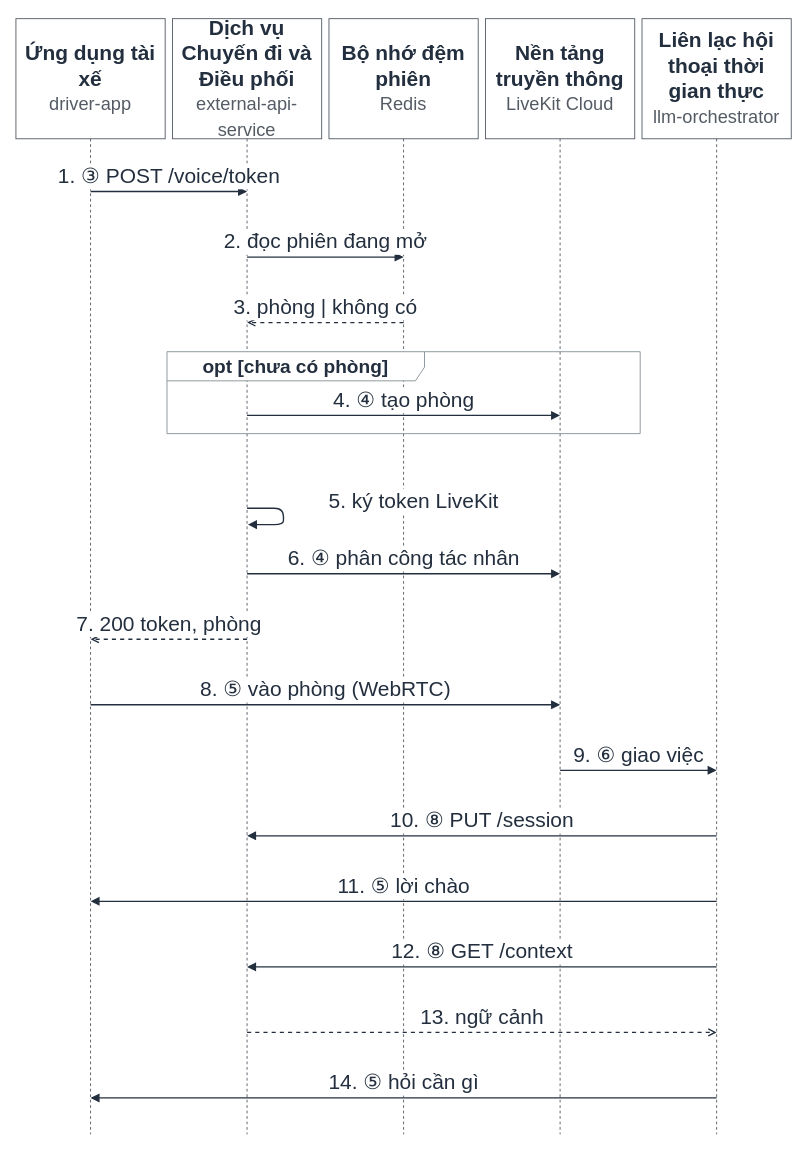
nexgenspeak-max/AI-Powered-Driver-Assistant keeps this draw.io diagram as page "S2 Khởi tạo phiên" (2 of 7) of docs/diagrams/H4_sequences.drawio. Above is the earlier version. Source tidied: cells renumbered, new cells numbered last; positions are measured from the earlier drawing's top-left corner, leaving out a move shared by most shapes. Both pictures are drawn from the tidied source at 91%, with x=0, y=0 at pixel (15, 18).
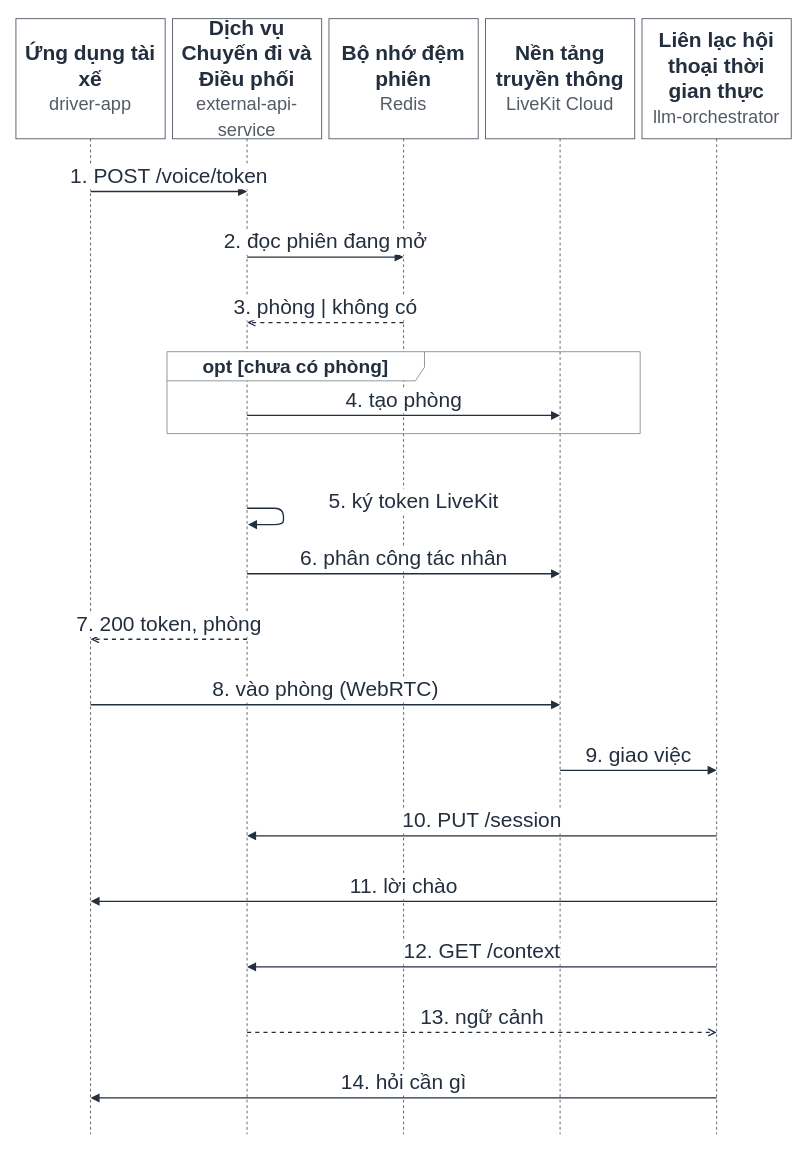
The same page after the edit.

Diff of the diagram source:
```diff
@@
-    <mxCell id="7" value="1. ③ POST /voice/token" style="html=1;verticalAlign=bottom;endArrow=block;endFill=1;strokeColor=#232F3E;strokeWidth=1.5;fontSize=23;fontColor=#232F3E;labelBackgroundColor=#FFFFFF;fontFamily=Helvetica;" parent="1" edge="1">
+    <mxCell id="7" value="1. POST /voice/token" style="html=1;verticalAlign=bottom;endArrow=block;endFill=1;strokeColor=#232F3E;strokeWidth=1.5;fontSize=23;fontColor=#232F3E;labelBackgroundColor=#FFFFFF;fontFamily=Helvetica;" parent="1" edge="1">
       <mxGeometry relative="1" as="geometry">
         <mxPoint x="82" y="190" as="sourcePoint" />
         <mxPoint x="254" y="190" as="targetPoint" />
       </mxGeometry>
     </mxCell>
@@
-    <mxCell id="10" value="4. ④ tạo phòng" style="html=1;verticalAlign=bottom;endArrow=block;endFill=1;strokeColor=#232F3E;strokeWidth=1.5;fontSize=23;fontColor=#232F3E;labelBackgroundColor=#FFFFFF;fontFamily=Helvetica;" parent="1" edge="1">
+    <mxCell id="10" value="4. tạo phòng" style="html=1;verticalAlign=bottom;endArrow=block;endFill=1;strokeColor=#232F3E;strokeWidth=1.5;fontSize=23;fontColor=#232F3E;labelBackgroundColor=#FFFFFF;fontFamily=Helvetica;" parent="1" edge="1">
       <mxGeometry relative="1" as="geometry">
         <mxPoint x="254" y="436" as="sourcePoint" />
         <mxPoint x="598" y="436" as="targetPoint" />
       </mxGeometry>
     </mxCell>
@@
-    <mxCell id="12" value="6. ④ phân công tác nhân" style="html=1;verticalAlign=bottom;endArrow=block;endFill=1;strokeColor=#232F3E;strokeWidth=1.5;fontSize=23;fontColor=#232F3E;labelBackgroundColor=#FFFFFF;fontFamily=Helvetica;" parent="1" edge="1">
+    <mxCell id="12" value="6. phân công tác nhân" style="html=1;verticalAlign=bottom;endArrow=block;endFill=1;strokeColor=#232F3E;strokeWidth=1.5;fontSize=23;fontColor=#232F3E;labelBackgroundColor=#FFFFFF;fontFamily=Helvetica;" parent="1" edge="1">
       <mxGeometry relative="1" as="geometry">
         <mxPoint x="254" y="610" as="sourcePoint" />
         <mxPoint x="598" y="610" as="targetPoint" />
       </mxGeometry>
     </mxCell>
@@
-    <mxCell id="14" value="8. ⑤ vào phòng (WebRTC)" style="html=1;verticalAlign=bottom;endArrow=block;endFill=1;strokeColor=#232F3E;strokeWidth=1.5;fontSize=23;fontColor=#232F3E;labelBackgroundColor=#FFFFFF;fontFamily=Helvetica;" parent="1" edge="1">
+    <mxCell id="14" value="8. vào phòng (WebRTC)" style="html=1;verticalAlign=bottom;endArrow=block;endFill=1;strokeColor=#232F3E;strokeWidth=1.5;fontSize=23;fontColor=#232F3E;labelBackgroundColor=#FFFFFF;fontFamily=Helvetica;" parent="1" edge="1">
       <mxGeometry relative="1" as="geometry">
         <mxPoint x="82" y="754" as="sourcePoint" />
         <mxPoint x="598" y="754" as="targetPoint" />
       </mxGeometry>
     </mxCell>
-    <mxCell id="15" value="9. ⑥ giao việc" style="html=1;verticalAlign=bottom;endArrow=block;endFill=1;strokeColor=#232F3E;strokeWidth=1.5;fontSize=23;fontColor=#232F3E;labelBackgroundColor=#FFFFFF;fontFamily=Helvetica;" parent="1" edge="1">
+    <mxCell id="15" value="9. giao việc" style="html=1;verticalAlign=bottom;endArrow=block;endFill=1;strokeColor=#232F3E;strokeWidth=1.5;fontSize=23;fontColor=#232F3E;labelBackgroundColor=#FFFFFF;fontFamily=Helvetica;" parent="1" edge="1">
       <mxGeometry relative="1" as="geometry">
         <mxPoint x="598" y="826" as="sourcePoint" />
         <mxPoint x="770" y="826" as="targetPoint" />
       </mxGeometry>
     </mxCell>
-    <mxCell id="16" value="10. ⑧ PUT /session" style="html=1;verticalAlign=bottom;endArrow=block;endFill=1;strokeColor=#232F3E;strokeWidth=1.5;fontSize=23;fontColor=#232F3E;labelBackgroundColor=#FFFFFF;fontFamily=Helvetica;" parent="1" edge="1">
+    <mxCell id="16" value="10. PUT /session" style="html=1;verticalAlign=bottom;endArrow=block;endFill=1;strokeColor=#232F3E;strokeWidth=1.5;fontSize=23;fontColor=#232F3E;labelBackgroundColor=#FFFFFF;fontFamily=Helvetica;" parent="1" edge="1">
       <mxGeometry relative="1" as="geometry">
         <mxPoint x="770" y="898" as="sourcePoint" />
         <mxPoint x="254" y="898" as="targetPoint" />
       </mxGeometry>
     </mxCell>
-    <mxCell id="17" value="11. ⑤ lời chào" style="html=1;verticalAlign=bottom;endArrow=block;endFill=1;strokeColor=#232F3E;strokeWidth=1.5;fontSize=23;fontColor=#232F3E;labelBackgroundColor=#FFFFFF;fontFamily=Helvetica;" parent="1" edge="1">
+    <mxCell id="17" value="11. lời chào" style="html=1;verticalAlign=bottom;endArrow=block;endFill=1;strokeColor=#232F3E;strokeWidth=1.5;fontSize=23;fontColor=#232F3E;labelBackgroundColor=#FFFFFF;fontFamily=Helvetica;" parent="1" edge="1">
       <mxGeometry relative="1" as="geometry">
         <mxPoint x="770" y="970" as="sourcePoint" />
         <mxPoint x="82" y="970" as="targetPoint" />
       </mxGeometry>
     </mxCell>
-    <mxCell id="18" value="12. ⑧ GET /context" style="html=1;verticalAlign=bottom;endArrow=block;endFill=1;strokeColor=#232F3E;strokeWidth=1.5;fontSize=23;fontColor=#232F3E;labelBackgroundColor=#FFFFFF;fontFamily=Helvetica;" parent="1" edge="1">
+    <mxCell id="18" value="12. GET /context" style="html=1;verticalAlign=bottom;endArrow=block;endFill=1;strokeColor=#232F3E;strokeWidth=1.5;fontSize=23;fontColor=#232F3E;labelBackgroundColor=#FFFFFF;fontFamily=Helvetica;" parent="1" edge="1">
       <mxGeometry relative="1" as="geometry">
         <mxPoint x="770" y="1042" as="sourcePoint" />
         <mxPoint x="254" y="1042" as="targetPoint" />
       </mxGeometry>
     </mxCell>
@@
-    <mxCell id="20" value="14. ⑤ hỏi cần gì" style="html=1;verticalAlign=bottom;endArrow=block;endFill=1;strokeColor=#232F3E;strokeWidth=1.5;fontSize=23;fontColor=#232F3E;labelBackgroundColor=#FFFFFF;fontFamily=Helvetica;" parent="1" edge="1">
+    <mxCell id="20" value="14. hỏi cần gì" style="html=1;verticalAlign=bottom;endArrow=block;endFill=1;strokeColor=#232F3E;strokeWidth=1.5;fontSize=23;fontColor=#232F3E;labelBackgroundColor=#FFFFFF;fontFamily=Helvetica;" parent="1" edge="1">
       <mxGeometry relative="1" as="geometry">
         <mxPoint x="770" y="1186" as="sourcePoint" />
         <mxPoint x="82" y="1186" as="targetPoint" />
       </mxGeometry>
     </mxCell>
```
